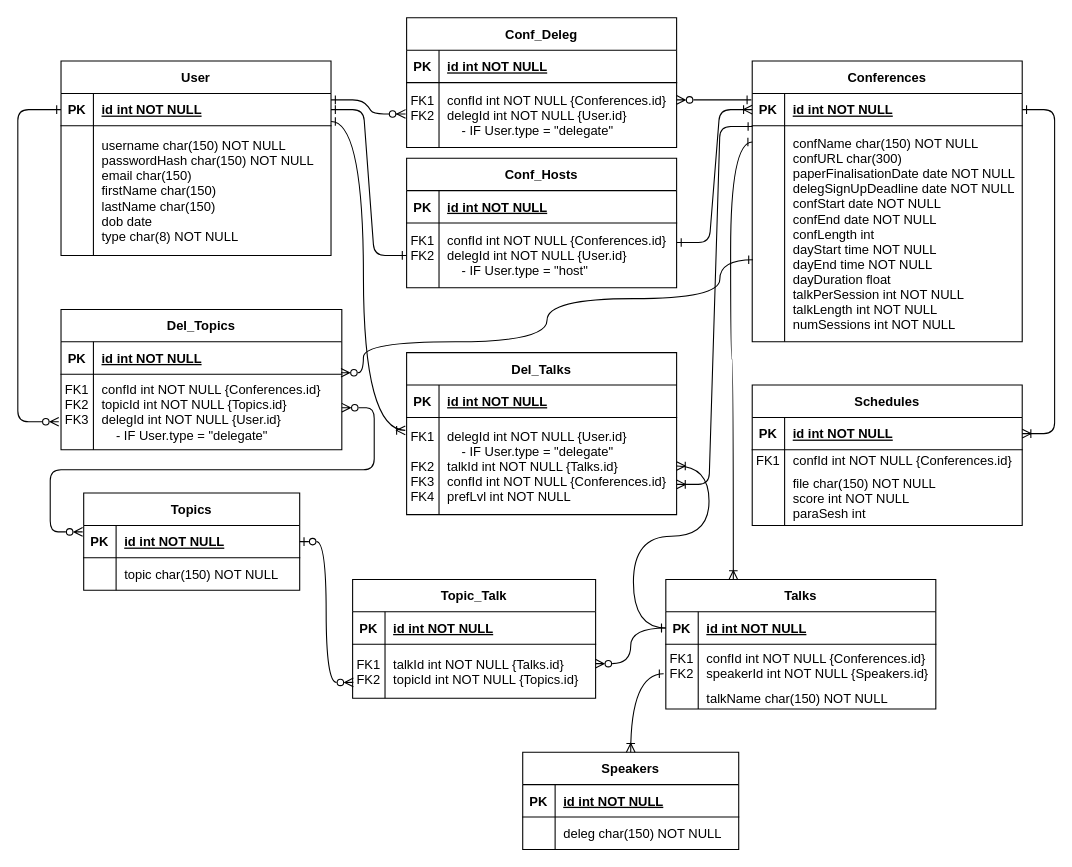
Above: ExampleConfGraphs/Untitled Diagram.drawio in JezRoy/ConferenceWebApp (draw.io), before the change. Source tidied: cells renumbered, new cells numbered last; positions are measured from the earlier drawing's top-left corner, leaving out a move shared by most shapes. Both pictures are drawn from the tidied source at 108%, with x=0, y=0 at pixel (17, 17).
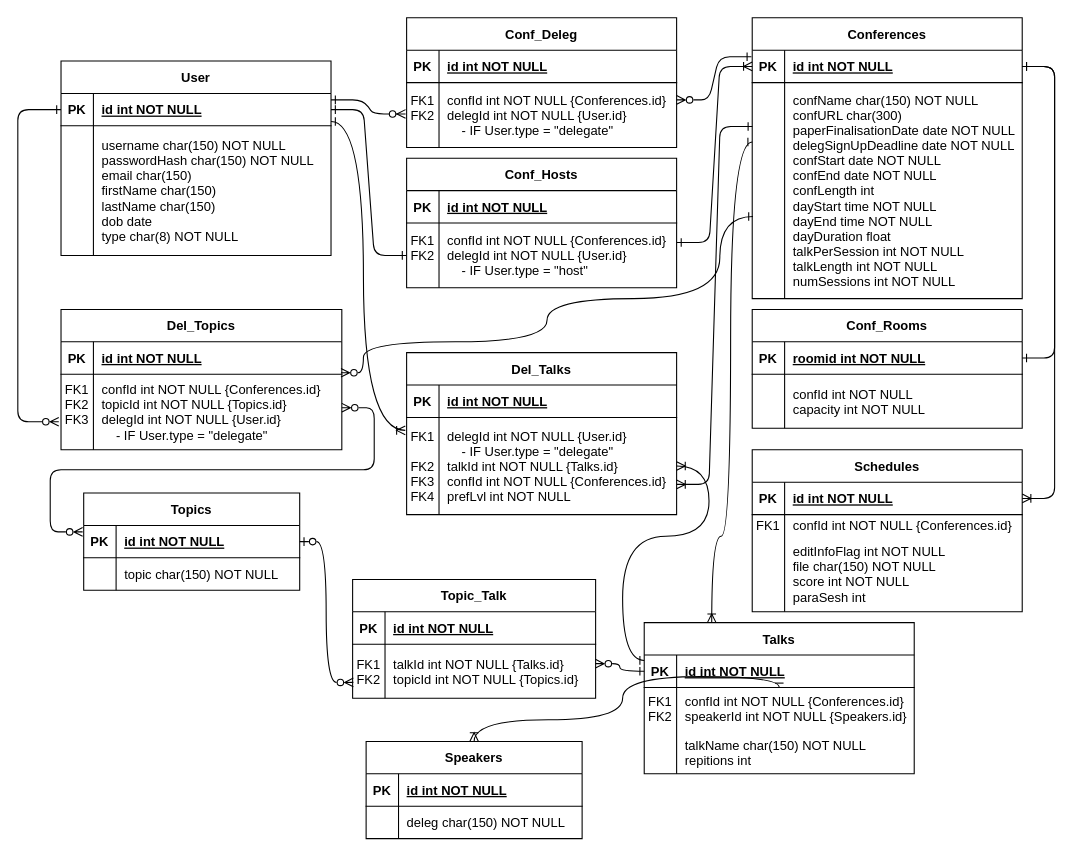
The same page after the edit.

The change refers to these unchanged cells:
```xml
<mxCell id="20" style="shape=partialRectangle;fillColor=none;points=[[0,0.5],[1,0.5]];portConstraint=eastwest;top=0;left=0;right=0;bottom=1;" parent="19" vertex="1">
  <mxGeometry y="30" width="250" height="30" as="geometry" />
</mxCell>
<mxCell id="23" style="shape=partialRectangle;fillColor=none;points=[[0,0.5],[1,0.5]];portConstraint=eastwest;top=0;left=0;right=0;bottom=0;" parent="19" vertex="1">
  <mxGeometry y="60" width="250" height="200" as="geometry" />
</mxCell>
<mxCell id="41" style="shape=partialRectangle;fillColor=none;points=[[0,0.5],[1,0.5]];portConstraint=eastwest;top=0;left=0;right=0;bottom=1;" parent="40" vertex="1">
  <mxGeometry y="30" width="250" height="30" as="geometry" />
</mxCell>
<mxCell id="44" style="shape=partialRectangle;fillColor=none;points=[[0,0.5],[1,0.5]];portConstraint=eastwest;top=0;left=0;right=0;bottom=0;" parent="40" vertex="1">
  <mxGeometry y="60" width="250" height="40" as="geometry" />
</mxCell>
<mxCell id="68" style="shape=partialRectangle;fillColor=none;points=[[0,0.5],[1,0.5]];portConstraint=eastwest;top=0;left=0;right=0;bottom=0;" parent="64" vertex="1">
  <mxGeometry y="60" width="260" height="70" as="geometry" />
</mxCell>
<mxCell id="75" style="shape=partialRectangle;fillColor=none;points=[[0,0.5],[1,0.5]];portConstraint=eastwest;top=0;left=0;right=0;bottom=0;" parent="71" vertex="1">
  <mxGeometry y="60" width="250" height="90" as="geometry" />
</mxCell>
```

Change to the diagram source:
```diff
@@
     <mxCell id="2" value="Schedules" style="shape=table;startSize=30;childLayout=tableLayout;rowLines=0;fontStyle=1;align=center;" parent="1" vertex="1">
-      <mxGeometry x="680" y="340" width="250" height="130" as="geometry" />
+      <mxGeometry x="680" y="400" width="250" height="150" as="geometry" />
     </mxCell>
@@
     <mxCell id="9" style="shape=partialRectangle;fillColor=none;top=0;left=0;right=0;bottom=0;" parent="2" vertex="1">
-      <mxGeometry y="80" width="250" height="50" as="geometry" />
+      <mxGeometry y="80" width="250" height="70" as="geometry" />
     </mxCell>
     <mxCell id="10" style="shape=partialRectangle;overflow=hidden;fillColor=none;top=0;left=0;bottom=0;right=0;" parent="9" vertex="1">
-      <mxGeometry width="30" height="50" as="geometry" />
+      <mxGeometry width="30" height="70" as="geometry" />
     </mxCell>
-    <mxCell id="11" value="file char(150) NOT NULL&#10;score int NOT NULL&#10;paraSesh int " style="shape=partialRectangle;overflow=hidden;fillColor=none;top=0;left=0;bottom=0;right=0;align=left;spacingLeft=6;" parent="9" vertex="1">
-      <mxGeometry x="30" width="220" height="50" as="geometry" />
+    <mxCell id="11" value="editInfoFlag int NOT NULL&#10;file char(150) NOT NULL&#10;score int NOT NULL&#10;paraSesh int " style="shape=partialRectangle;overflow=hidden;fillColor=none;top=0;left=0;bottom=0;right=0;align=left;spacingLeft=6;" parent="9" vertex="1">
+      <mxGeometry x="30" width="220" height="70" as="geometry" />
     </mxCell>
@@
     <mxCell id="19" value="Conferences" style="shape=table;startSize=30;childLayout=tableLayout;rowLines=0;fontStyle=1;align=center;" parent="1" vertex="1">
-      <mxGeometry x="680" y="40" width="250" height="260" as="geometry" />
+      <mxGeometry x="680" width="250" height="260" as="geometry" />
     </mxCell>
@@
     <mxCell id="26" value="Speakers" style="shape=table;startSize=30;childLayout=tableLayout;rowLines=0;fontStyle=1;align=center;" parent="1" vertex="1">
-      <mxGeometry x="467.5" y="680" width="200" height="90" as="geometry" />
+      <mxGeometry x="322.5" y="670" width="200" height="90" as="geometry" />
     </mxCell>
@@
     <mxCell id="40" value="Talks" style="shape=table;startSize=30;childLayout=tableLayout;rowLines=0;fontStyle=1;align=center;" parent="1" vertex="1">
-      <mxGeometry x="600" y="520" width="250" height="120" as="geometry" />
+      <mxGeometry x="580" y="560" width="250" height="140" as="geometry" />
     </mxCell>
@@
     <mxCell id="47" style="shape=partialRectangle;fillColor=none;top=0;left=0;right=0;bottom=0;" parent="40" vertex="1">
-      <mxGeometry y="100" width="250" height="20" as="geometry" />
+      <mxGeometry y="100" width="250" height="40" as="geometry" />
     </mxCell>
     <mxCell id="48" style="shape=partialRectangle;overflow=hidden;fillColor=none;top=0;left=0;bottom=0;right=0;" parent="47" vertex="1">
-      <mxGeometry width="30" height="20" as="geometry" />
+      <mxGeometry width="30" height="40" as="geometry" />
     </mxCell>
-    <mxCell id="49" value="talkName char(150) NOT NULL" style="shape=partialRectangle;overflow=hidden;fillColor=none;top=0;left=0;bottom=0;right=0;align=left;spacingLeft=6;" parent="47" vertex="1">
-      <mxGeometry x="30" width="220" height="20" as="geometry" />
+    <mxCell id="49" value="talkName char(150) NOT NULL&#10;repitions int" style="shape=partialRectangle;overflow=hidden;fillColor=none;top=0;left=0;bottom=0;right=0;align=left;spacingLeft=6;" parent="47" vertex="1">
+      <mxGeometry x="30" width="220" height="40" as="geometry" />
     </mxCell>
@@
-    <mxCell id="92" style="edgeStyle=orthogonalEdgeStyle;endArrow=ERone;startArrow=ERoneToMany;endFill=0;startFill=0;elbow=vertical;curved=1;exitX=1;exitY=0.5;exitDx=0;exitDy=0;" parent="1" edge="1" source="75" target="41">
+    <mxCell id="92" style="edgeStyle=orthogonalEdgeStyle;endArrow=ERone;startArrow=ERoneToMany;endFill=0;startFill=0;elbow=vertical;curved=1;exitX=1;exitY=0.5;exitDx=0;exitDy=0;entryX=0;entryY=0.25;entryDx=0;entryDy=0;" parent="1" edge="1" source="75" target="40">
       <mxGeometry relative="1" as="geometry">
         <Array as="points">
           <mxPoint x="640" y="415" />
           <mxPoint x="640" y="480" />
-          <mxPoint x="570" y="480" />
-          <mxPoint x="570" y="565" />
+          <mxPoint x="560" y="480" />
+          <mxPoint x="560" y="595" />
         </Array>
       </mxGeometry>
     </mxCell>
     <mxCell id="93" style="edgeStyle=orthogonalEdgeStyle;endArrow=ERone;startArrow=ERzeroToMany;endFill=0;startFill=0;exitX=0.997;exitY=-0.019;exitDx=0;exitDy=0;entryX=0.003;entryY=0.62;entryDx=0;entryDy=0;entryPerimeter=0;exitPerimeter=0;elbow=vertical;curved=1;" parent="1" edge="1" source="68" target="23">
       <mxGeometry relative="1" as="geometry">
         <Array as="points">
           <mxPoint x="320" y="329" />
           <mxPoint x="320" y="300" />
           <mxPoint x="490" y="300" />
           <mxPoint x="490" y="260" />
           <mxPoint x="650" y="260" />
-          <mxPoint x="650" y="224" />
+          <mxPoint x="650" y="184" />
         </Array>
       </mxGeometry>
     </mxCell>
@@
-    <mxCell id="96" style="edgeStyle=orthogonalEdgeStyle;endArrow=ERone;startArrow=ERoneToMany;endFill=0;startFill=0;entryX=-0.008;entryY=0.683;entryDx=0;entryDy=0;entryPerimeter=0;exitX=0.5;exitY=0;exitDx=0;exitDy=0;elbow=vertical;curved=1;" parent="1" edge="1" source="26" target="44">
-      <mxGeometry relative="1" as="geometry" />
+    <mxCell id="96" style="edgeStyle=orthogonalEdgeStyle;endArrow=ERone;startArrow=ERoneToMany;endFill=0;startFill=0;exitX=0.5;exitY=0;exitDx=0;exitDy=0;elbow=vertical;curved=1;" parent="1" edge="1" source="26" target="44">
+      <mxGeometry relative="1" as="geometry">
+        <Array as="points">
+          <mxPoint x="423" y="650" />
+          <mxPoint x="560" y="650" />
+          <mxPoint x="560" y="610" />
+        </Array>
+      </mxGeometry>
     </mxCell>
     <mxCell id="97" style="edgeStyle=orthogonalEdgeStyle;endArrow=ERone;startArrow=ERoneToMany;endFill=0;startFill=0;curved=1;exitX=0.25;exitY=0;exitDx=0;exitDy=0;" parent="1" edge="1" source="40">
       <mxGeometry relative="1" as="geometry">
         <mxPoint x="680" y="115" as="targetPoint" />
         <Array as="points">
-          <mxPoint x="663" y="316" />
-          <mxPoint x="660" y="316" />
+          <mxPoint x="642" y="480" />
+          <mxPoint x="660" y="480" />
           <mxPoint x="660" y="115" />
         </Array>
       </mxGeometry>
     </mxCell>
@@
+    <mxCell id="100" value="Conf_Rooms" style="shape=table;startSize=30;childLayout=tableLayout;rowLines=0;fontStyle=1;align=center;" parent="1" vertex="1">
+      <mxGeometry x="680" y="270" width="250" height="110" as="geometry" />
+    </mxCell>
+    <mxCell id="101" style="shape=partialRectangle;fillColor=none;points=[[0,0.5],[1,0.5]];portConstraint=eastwest;top=0;left=0;right=0;bottom=1;" parent="100" vertex="1">
+      <mxGeometry y="30" width="250" height="30" as="geometry" />
+    </mxCell>
+    <mxCell id="102" value="PK" style="shape=partialRectangle;overflow=hidden;fillColor=none;top=0;left=0;bottom=0;right=0;fontStyle=1;" parent="101" vertex="1">
+      <mxGeometry width="30" height="30" as="geometry" />
+    </mxCell>
+    <mxCell id="103" value="roomid int NOT NULL " style="shape=partialRectangle;overflow=hidden;fillColor=none;top=0;left=0;bottom=0;right=0;align=left;spacingLeft=6;fontStyle=5;" parent="101" vertex="1">
+      <mxGeometry x="30" width="220" height="30" as="geometry" />
+    </mxCell>
+    <mxCell id="104" style="shape=partialRectangle;fillColor=none;top=0;left=0;right=0;bottom=0;" parent="100" vertex="1">
+      <mxGeometry y="60" width="250" height="50" as="geometry" />
+    </mxCell>
+    <mxCell id="105" style="shape=partialRectangle;overflow=hidden;fillColor=none;top=0;left=0;bottom=0;right=0;" parent="104" vertex="1">
+      <mxGeometry width="30" height="50" as="geometry" />
+    </mxCell>
+    <mxCell id="106" value="confId int NOT NULL&#10;capacity int NOT NULL" style="shape=partialRectangle;overflow=hidden;fillColor=none;top=0;left=0;bottom=0;right=0;align=left;spacingLeft=6;" parent="104" vertex="1">
+      <mxGeometry x="30" width="220" height="50" as="geometry" />
+    </mxCell>
+    <mxCell id="107" style="edgeStyle=entityRelationEdgeStyle;endArrow=ERone;startArrow=ERone;endFill=0;startFill=0;exitX=1;exitY=0.5;exitDx=0;exitDy=0;entryX=1;entryY=0.5;entryDx=0;entryDy=0;" parent="1" edge="1" source="20" target="101">
+      <mxGeometry relative="1" as="geometry">
+        <Array as="points">
+          <mxPoint x="1020" y="230" />
+          <mxPoint x="980" y="180" />
+          <mxPoint x="1000" y="180" />
+          <mxPoint x="1030" y="275" />
+          <mxPoint x="1040" y="155" />
+          <mxPoint x="1040" y="214" />
+          <mxPoint x="1030" y="155" />
+        </Array>
+      </mxGeometry>
+    </mxCell>
```
